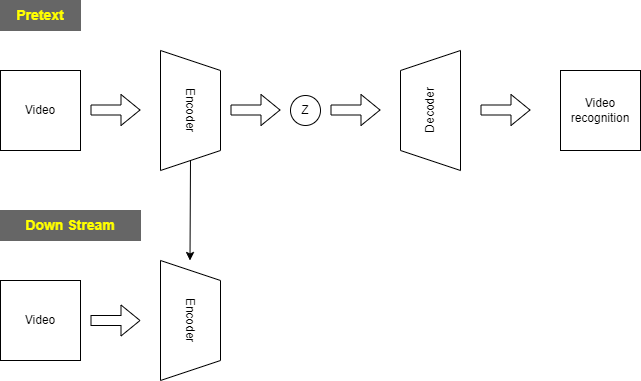
Before: 연구주제.drawio.png, a diagram exported from draw.io (Kyoungrae-Noh/Self-Supervised-Learning). Source tidied: cells renumbered, new cells last; positions are measured from the earlier drawing's top-left corner, leaving out a move shared by most shapes.
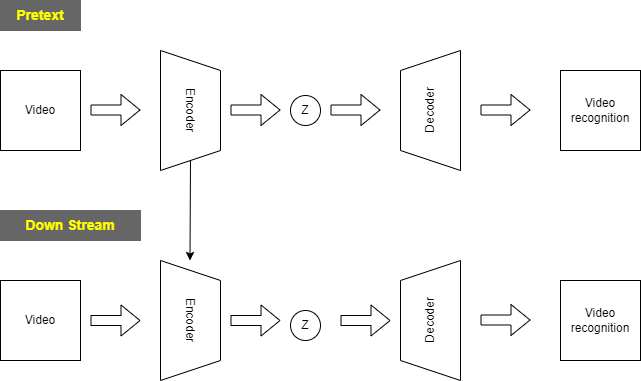
The same diagram one commit later.

Commit message:
연구주제.drawio.png 업데이트

The edit, as a diff of the source:
```diff
@@ -64,5 +64,32 @@
     <mxCell id="16" value="&lt;b&gt;&lt;font color=&quot;#ffff00&quot; style=&quot;font-size: 14px;&quot;&gt;Down Stream&lt;/font&gt;&lt;/b&gt;" style="rounded=0;whiteSpace=wrap;html=1;fillColor=#666666;strokeColor=#666666;" parent="1" vertex="1">
       <mxGeometry y="210" width="140" height="30" as="geometry" />
     </mxCell>
+    <mxCell id="17" style="shape=flexArrow;endArrow=classic;html=1;rounded=0;fillColor=#FFFFFF;" parent="1" edge="1">
+      <mxGeometry relative="1" as="geometry">
+        <mxPoint x="230" y="320" as="sourcePoint" />
+        <mxPoint x="280" y="320" as="targetPoint" />
+      </mxGeometry>
+    </mxCell>
+    <mxCell id="18" style="shape=flexArrow;endArrow=classic;html=1;rounded=0;fillColor=#FFFFFF;" parent="1" edge="1">
+      <mxGeometry relative="1" as="geometry">
+        <mxPoint x="340" y="320" as="sourcePoint" />
+        <mxPoint x="390" y="320" as="targetPoint" />
+      </mxGeometry>
+    </mxCell>
+    <mxCell id="19" value="Z" style="ellipse;whiteSpace=wrap;html=1;" parent="1" vertex="1">
+      <mxGeometry x="290" y="310" width="30" height="30" as="geometry" />
+    </mxCell>
+    <mxCell id="20" value="Decoder" style="shape=trapezoid;perimeter=trapezoidPerimeter;whiteSpace=wrap;html=1;fixedSize=1;rotation=-90;" parent="1" vertex="1">
+      <mxGeometry x="370" y="290" width="120" height="60" as="geometry" />
+    </mxCell>
+    <mxCell id="21" style="shape=flexArrow;endArrow=classic;html=1;rounded=0;fillColor=#FFFFFF;" parent="1" edge="1">
+      <mxGeometry relative="1" as="geometry">
+        <mxPoint x="480" y="319.5" as="sourcePoint" />
+        <mxPoint x="530" y="319.5" as="targetPoint" />
+      </mxGeometry>
+    </mxCell>
+    <mxCell id="22" value="Video&lt;br&gt;recognition" style="whiteSpace=wrap;html=1;" parent="1" vertex="1">
+      <mxGeometry x="560" y="280" width="80" height="80" as="geometry" />
+    </mxCell>
   </root>
 </mxGraphModel>
```
